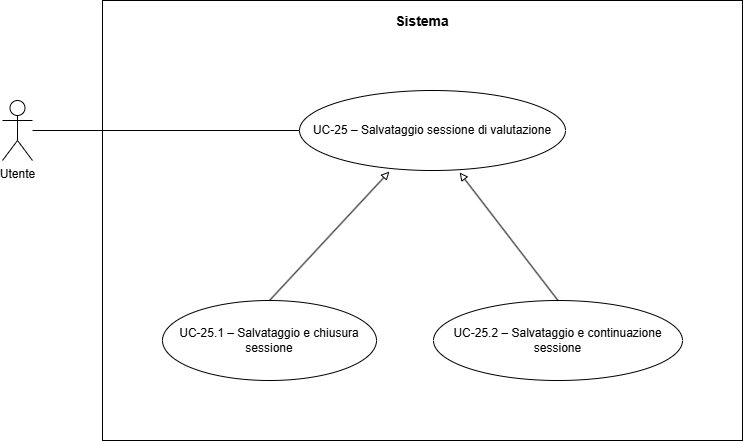
Above: src/images/diagrammiUML/UC-25.png in CoderiusGroup/Documentazione (draw.io), before the change. Source tidied: cells renumbered, new cells last; positions are measured from the earlier drawing's top-left corner, leaving out a move shared by most shapes.
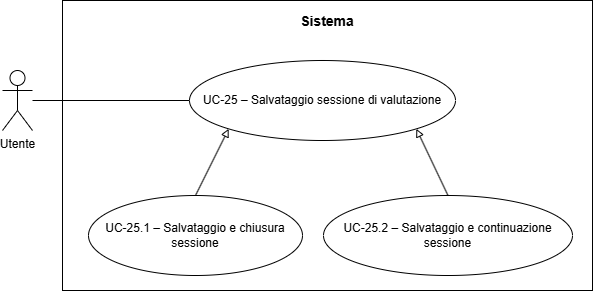
After the commit.

What changed in the source:
```diff
@@ -3,29 +3,29 @@
     <mxCell id="0" />
     <mxCell id="1" parent="0" />
     <mxCell id="2" value="&lt;b&gt;Sistema&lt;/b&gt;" style="rounded=0;whiteSpace=wrap;html=1;fillColor=none;strokeColor=#000000;strokeWidth=1;align=center;verticalAlign=top;fontSize=14;spacingTop=6;fontStyle=0;" parent="1" vertex="1">
-      <mxGeometry x="100" width="640" height="440" as="geometry" />
+      <mxGeometry x="170" y="30" width="530" height="290" as="geometry" />
     </mxCell>
     <mxCell id="3" value="Utente" style="shape=umlActor;verticalLabelPosition=bottom;verticalAlign=top;html=1;" parent="1" vertex="1">
-      <mxGeometry y="100" width="30" height="60" as="geometry" />
+      <mxGeometry x="110" y="100" width="30" height="60" as="geometry" />
     </mxCell>
     <mxCell id="4" value="UC-25 – Salvataggio sessione di valutazione" style="ellipse;whiteSpace=wrap;html=1;fillColor=#ffffff;strokeColor=#000000;strokeWidth=1;fontSize=12;" parent="1" vertex="1">
       <mxGeometry x="297" y="90" width="266" height="80" as="geometry" />
     </mxCell>
     <mxCell id="5" value="UC-25.1 – Salvataggio e chiusura sessione" style="ellipse;whiteSpace=wrap;html=1;fillColor=#ffffff;strokeColor=#000000;strokeWidth=1;fontSize=12;" parent="1" vertex="1">
-      <mxGeometry x="160" y="300" width="214" height="80" as="geometry" />
+      <mxGeometry x="196" y="225" width="214" height="80" as="geometry" />
     </mxCell>
     <mxCell id="6" value="UC-25.2 – Salvataggio e continuazione sessione" style="ellipse;whiteSpace=wrap;html=1;fillColor=#ffffff;strokeColor=#000000;strokeWidth=1;fontSize=12;" parent="1" vertex="1">
-      <mxGeometry x="431" y="300" width="249" height="80" as="geometry" />
+      <mxGeometry x="431" y="225" width="249" height="80" as="geometry" />
     </mxCell>
     <mxCell id="7" style="endArrow=none;html=1;strokeColor=#000000;strokeWidth=1;" parent="1" edge="1" target="4">
       <mxGeometry relative="1" as="geometry">
-        <mxPoint x="30" y="130" as="sourcePoint" />
+        <mxPoint x="140" y="130" as="sourcePoint" />
       </mxGeometry>
     </mxCell>
-    <mxCell id="8" style="endArrow=block;endFill=0;html=1;strokeColor=#000000;strokeWidth=1;exitX=0.5;exitY=0;exitDx=0;exitDy=0;entryX=0.602;entryY=1.025;entryDx=0;entryDy=0;entryPerimeter=0;" parent="1" edge="1" source="6" target="4">
+    <mxCell id="8" style="endArrow=block;endFill=0;html=1;strokeColor=#000000;strokeWidth=1;exitX=0.5;exitY=0;exitDx=0;exitDy=0;entryX=1;entryY=1;entryDx=0;entryDy=0;" parent="1" edge="1" source="6" target="4">
       <mxGeometry relative="1" as="geometry" />
     </mxCell>
-    <mxCell id="9" style="endArrow=block;endFill=0;html=1;strokeColor=#000000;strokeWidth=1;exitX=0.5;exitY=0;exitDx=0;exitDy=0;entryX=0.338;entryY=1.013;entryDx=0;entryDy=0;entryPerimeter=0;" parent="1" edge="1" source="5" target="4">
+    <mxCell id="9" style="endArrow=block;endFill=0;html=1;strokeColor=#000000;strokeWidth=1;exitX=0.5;exitY=0;exitDx=0;exitDy=0;entryX=0;entryY=1;entryDx=0;entryDy=0;" parent="1" edge="1" source="5" target="4">
       <mxGeometry relative="1" as="geometry" />
     </mxCell>
   </root>
```
